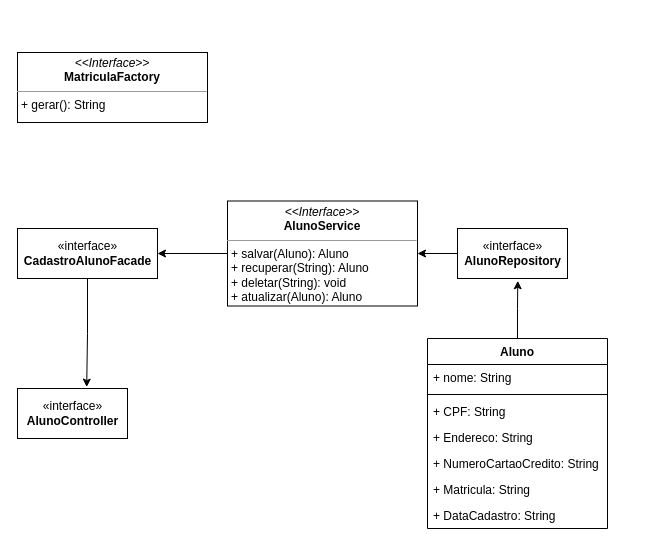
This is docs/design/cadastrar-aluno.drawio from ronaldofarrapo/rest-api-mongodb, a draw.io file, before an edit. Source tidied: cells renumbered, new cells numbered last; positions are measured from the earlier drawing's top-left corner, leaving out a move shared by most shapes. Both pictures are drawn from the tidied source at 100%, with x=0, y=0 at pixel (17, 52).
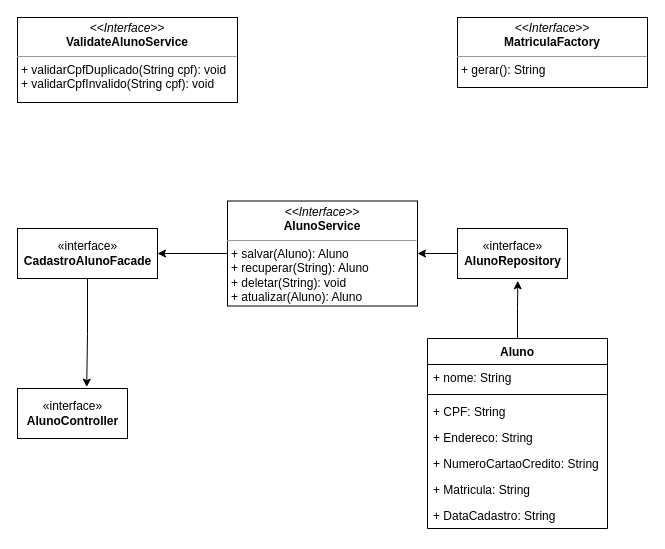
Above is the later version.

Commit message (it also covers changes not shown here):
adicionando criterios de validacao de campos e ajustando ao design

Change to the diagram source:
```diff
@@
 <mxGraphModel>
   <root>
     <mxCell id="0" />
     <mxCell id="1" parent="0" />
     <mxCell id="2" style="edgeStyle=orthogonalEdgeStyle;rounded=0;jettySize=auto;html=1;entryX=0.548;entryY=1.046;entryDx=0;entryDy=0;entryPerimeter=0;" parent="1" edge="1" source="3" target="12">
       <mxGeometry relative="1" as="geometry" />
     </mxCell>
     <mxCell id="3" value="Aluno" style="swimlane;fontStyle=1;align=center;verticalAlign=top;horizontal=1;startSize=26;" parent="1" vertex="1">
       <mxGeometry x="410" y="286" width="180" height="190" as="geometry" />
     </mxCell>
     <mxCell id="4" value="+ nome: String" style="text;strokeColor=none;fillColor=none;align=left;verticalAlign=top;spacingLeft=4;spacingRight=4;overflow=hidden;" parent="3" vertex="1">
       <mxGeometry y="26" width="180" height="26" as="geometry" />
     </mxCell>
     <mxCell id="5" style="line;strokeWidth=1;fillColor=none;align=left;verticalAlign=middle;spacingTop=-1;spacingLeft=3;spacingRight=3;labelPosition=right;" parent="3" vertex="1">
       <mxGeometry y="52" width="180" height="8" as="geometry" />
     </mxCell>
     <mxCell id="6" value="+ CPF: String" style="text;strokeColor=none;fillColor=none;align=left;verticalAlign=top;spacingLeft=4;spacingRight=4;overflow=hidden;" parent="3" vertex="1">
       <mxGeometry y="60" width="180" height="26" as="geometry" />
     </mxCell>
     <mxCell id="7" value="+ Endereco: String" style="text;strokeColor=none;fillColor=none;align=left;verticalAlign=top;spacingLeft=4;spacingRight=4;overflow=hidden;" parent="3" vertex="1">
       <mxGeometry y="86" width="180" height="26" as="geometry" />
     </mxCell>
     <mxCell id="8" value="+ NumeroCartaoCredito: String" style="text;strokeColor=none;fillColor=none;align=left;verticalAlign=top;spacingLeft=4;spacingRight=4;overflow=hidden;" parent="3" vertex="1">
       <mxGeometry y="112" width="180" height="26" as="geometry" />
     </mxCell>
     <mxCell id="9" value="+ Matricula: String" style="text;strokeColor=none;fillColor=none;align=left;verticalAlign=top;spacingLeft=4;spacingRight=4;overflow=hidden;" parent="3" vertex="1">
       <mxGeometry y="138" width="180" height="26" as="geometry" />
     </mxCell>
     <mxCell id="10" value="+ DataCadastro: String" style="text;strokeColor=none;fillColor=none;align=left;verticalAlign=top;spacingLeft=4;spacingRight=4;overflow=hidden;" parent="3" vertex="1">
       <mxGeometry y="164" width="180" height="26" as="geometry" />
     </mxCell>
     <mxCell id="11" style="edgeStyle=orthogonalEdgeStyle;rounded=0;jettySize=auto;html=1;entryX=1;entryY=0.5;entryDx=0;entryDy=0;" parent="1" edge="1" source="12" target="17">
       <mxGeometry relative="1" as="geometry" />
     </mxCell>
     <mxCell id="12" value="«interface»&lt;br&gt;&lt;b&gt;AlunoRepository&lt;/b&gt;" style="html=1;" parent="1" vertex="1">
       <mxGeometry x="440" y="176" width="110" height="50" as="geometry" />
     </mxCell>
     <mxCell id="13" style="edgeStyle=orthogonalEdgeStyle;rounded=0;jettySize=auto;html=1;entryX=0.629;entryY=-0.028;entryDx=0;entryDy=0;entryPerimeter=0;" parent="1" edge="1" source="14" target="15">
       <mxGeometry relative="1" as="geometry" />
     </mxCell>
     <mxCell id="14" value="«interface»&lt;br&gt;&lt;b&gt;CadastroAlunoFacade&lt;/b&gt;" style="html=1;" parent="1" vertex="1">
       <mxGeometry y="176" width="140" height="50" as="geometry" />
     </mxCell>
     <mxCell id="15" value="«interface»&lt;br&gt;&lt;b&gt;AlunoController&lt;/b&gt;" style="html=1;" parent="1" vertex="1">
       <mxGeometry y="336" width="110" height="50" as="geometry" />
     </mxCell>
     <mxCell id="16" style="edgeStyle=orthogonalEdgeStyle;rounded=0;jettySize=auto;html=1;entryX=1;entryY=0.5;entryDx=0;entryDy=0;" parent="1" edge="1" source="17" target="14">
       <mxGeometry relative="1" as="geometry" />
     </mxCell>
     <mxCell id="17" value="&lt;p style=&quot;margin:0px;margin-top:4px;text-align:center;&quot;&gt;&lt;i&gt;&amp;lt;&amp;lt;Interface&amp;gt;&amp;gt;&lt;/i&gt;&lt;br&gt;&lt;b&gt;AlunoService&lt;/b&gt;&lt;/p&gt;&lt;hr size=&quot;1&quot;&gt;&lt;p style=&quot;margin:0px;margin-left:4px;&quot;&gt;&lt;/p&gt;&lt;p style=&quot;margin:0px;margin-left:4px;&quot;&gt;+ salvar(Aluno): Aluno&lt;br&gt;+ recuperar(String): Aluno&lt;/p&gt;&lt;p style=&quot;margin:0px;margin-left:4px;&quot;&gt;+ deletar(String): void&lt;br&gt;&lt;/p&gt;&lt;p style=&quot;margin:0px;margin-left:4px;&quot;&gt;+ atualizar(Aluno): Aluno&lt;br&gt;&lt;/p&gt;" style="verticalAlign=top;align=left;overflow=fill;fontSize=12;fontFamily=Helvetica;html=1;" parent="1" vertex="1">
       <mxGeometry x="210" y="148.5" width="190" height="105" as="geometry" />
     </mxCell>
     <mxCell id="18" value="&lt;p style=&quot;margin:0px;margin-top:4px;text-align:center;&quot;&gt;&lt;i&gt;&amp;lt;&amp;lt;Interface&amp;gt;&amp;gt;&lt;/i&gt;&lt;br&gt;&lt;b&gt;MatriculaFactory&lt;/b&gt;&lt;/p&gt;&lt;hr size=&quot;1&quot;&gt;&lt;p style=&quot;margin:0px;margin-left:4px;&quot;&gt;+ gerar(): String&lt;br&gt;&lt;/p&gt;" style="verticalAlign=top;align=left;overflow=fill;fontSize=12;fontFamily=Helvetica;html=1;" parent="1" vertex="1">
-      <mxGeometry width="190" height="70" as="geometry" />
+      <mxGeometry x="440" y="-35" width="190" height="70" as="geometry" />
     </mxCell>
+    <mxCell id="19" value="&lt;p style=&quot;margin:0px;margin-top:4px;text-align:center;&quot;&gt;&lt;i&gt;&amp;lt;&amp;lt;Interface&amp;gt;&amp;gt;&lt;/i&gt;&lt;br&gt;&lt;b&gt;ValidateAlunoService&lt;/b&gt;&lt;/p&gt;&lt;hr size=&quot;1&quot;&gt;&lt;p style=&quot;margin:0px;margin-left:4px;&quot;&gt;&lt;/p&gt;&lt;p style=&quot;margin:0px;margin-left:4px;&quot;&gt;+ validarCpfDuplicado(String cpf): void&lt;br&gt;+ validarCpfInvalido(String cpf): void&lt;/p&gt;" style="verticalAlign=top;align=left;overflow=fill;fontSize=12;fontFamily=Helvetica;html=1;" parent="1" vertex="1">
+      <mxGeometry y="-35" width="220" height="85" as="geometry" />
+    </mxCell>
   </root>
 </mxGraphModel>
```
